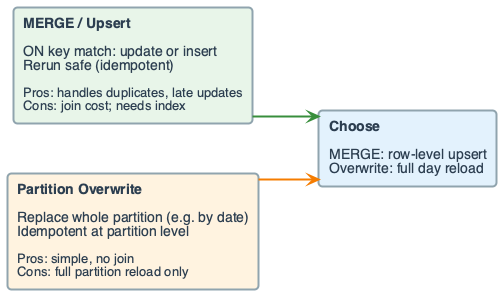
OrPerets/data-engineering-course keeps this PlantUML diagram as diagrams/week04/week4_merge_vs_overwrite.png. Above is the earlier version.
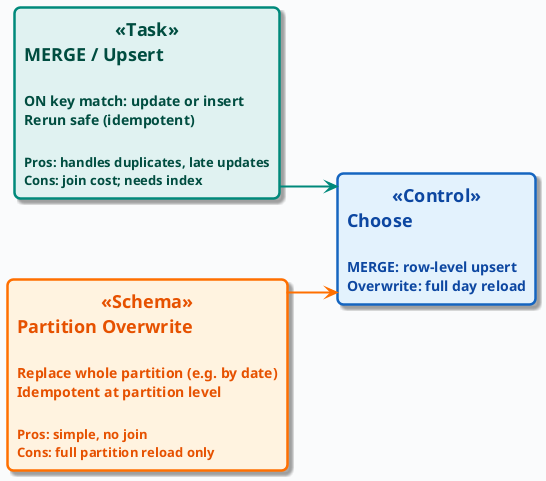
After the change.

What changed in the source:
```diff
@@ -1,37 +1,16 @@
 @startuml
 
+!include ../_template_styles.puml
+
 left to right direction
-skinparam linetype ortho
-skinparam shadowing false
-skinparam roundcorner 8
-skinparam handwritten false
-skinparam nodesep 50
-skinparam ranksep 60
 
-skinparam defaultFontName "Segoe UI, Helvetica, sans-serif"
-skinparam defaultFontSize 16
-skinparam defaultFontColor #2C3E50
+rectangle "**MERGE / Upsert**\n\n<size:14>ON key match: update or insert</size>\n<size:14>Rerun safe (idempotent)</size>\n\n<size:13>Pros: handles duplicates, late updates</size>\n<size:13>Cons: join cost; needs index</size>" as MERGE <<Task>>
 
-skinparam rectangle {
-    BackgroundColor #F8F9FA
-    BorderColor #90A4AE
-    BorderThickness 2
-    FontSize 14
-    Padding 18
-}
-skinparam arrow {
-    Color #607D8B
-    Thickness 2.5
-    FontSize 12
-}
+rectangle "**Partition Overwrite**\n\n<size:14>Replace whole partition (e.g. by date)</size>\n<size:14>Idempotent at partition level</size>\n\n<size:13>Pros: simple, no join</size>\n<size:13>Cons: full partition reload only</size>" as OVER <<Schema>>
 
-rectangle "**MERGE / Upsert**\n\n<size:14>ON key match: update or insert</size>\n<size:14>Rerun safe (idempotent)</size>\n\n<size:13>Pros: handles duplicates, late updates</size>\n<size:13>Cons: join cost; needs index</size>" as MERGE #E8F5E9
+rectangle "**Choose**\n\n<size:14>MERGE: row-level upsert</size>\n<size:14>Overwrite: full day reload</size>" as CHOICE <<Control>>
 
-rectangle "**Partition Overwrite**\n\n<size:14>Replace whole partition (e.g. by date)</size>\n<size:14>Idempotent at partition level</size>\n\n<size:13>Pros: simple, no join</size>\n<size:13>Cons: full partition reload only</size>" as OVER #FFF3E0
-
-rectangle "**Choose**\n\n<size:14>MERGE: row-level upsert</size>\n<size:14>Overwrite: full day reload</size>" as CHOICE #E3F2FD
-
-MERGE -down[#388E3C,thickness=2]-> CHOICE
-OVER -down[#F57C00,thickness=2]-> CHOICE
+MERGE -down[#00897B,thickness=2]-> CHOICE
+OVER -down[#FF6F00,thickness=2]-> CHOICE
 
 @enduml
```
